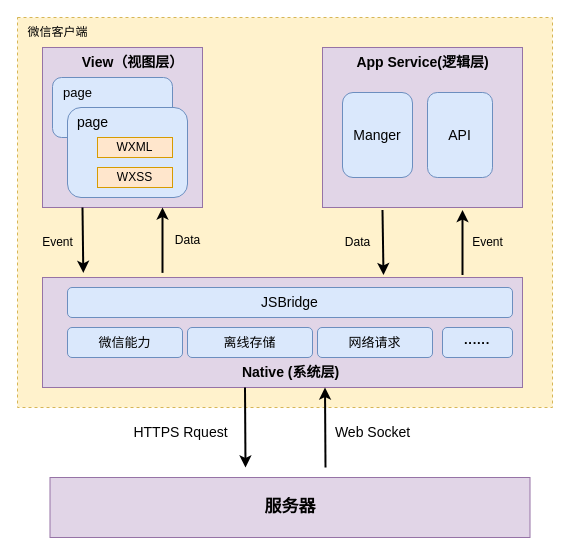
Before: MINA框架.drawio in ov0-0vo/1, a draw.io diagram. Source tidied: cells renumbered, new cells numbered last; positions are measured from the earlier drawing's top-left corner, leaving out a move shared by most shapes. Both pictures are drawn from the tidied source at 100%, with x=0, y=0 at pixel (17, 17).
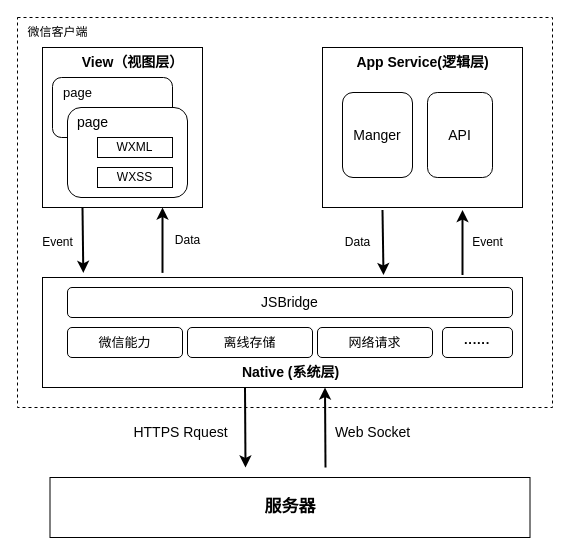
After the change.

What changed in the source:
```diff
@@
-    <mxCell id="2" style="rounded=0;whiteSpace=wrap;html=1;fillColor=#fff2cc;strokeColor=#d6b656;dashed=1;" parent="1" vertex="1">
+    <mxCell id="2" style="rounded=0;whiteSpace=wrap;html=1;dashed=1;" parent="1" vertex="1">
       <mxGeometry width="535" height="390" as="geometry" />
     </mxCell>
-    <mxCell id="3" style="whiteSpace=wrap;html=1;align=left;fillColor=#e1d5e7;strokeColor=#9673a6;" parent="1" vertex="1">
+    <mxCell id="3" style="whiteSpace=wrap;html=1;align=left;" parent="1" vertex="1">
       <mxGeometry x="25" y="30" width="160" height="160" as="geometry" />
     </mxCell>
-    <mxCell id="4" value="&lt;b&gt;&lt;font style=&quot;font-size: 14px;&quot;&gt;View（视图层）&lt;/font&gt;&lt;/b&gt;" style="text;html=1;align=center;verticalAlign=middle;strokeColor=none;fillColor=none;" parent="1" vertex="1">
+    <mxCell id="4" value="&lt;b&gt;&lt;font style=&quot;font-size: 14px;&quot;&gt;View（视图层）&lt;/font&gt;&lt;/b&gt;" style="text;html=1;align=center;verticalAlign=middle;" parent="1" vertex="1">
       <mxGeometry x="50" y="30" width="130" height="30" as="geometry" />
     </mxCell>
-    <mxCell id="5" style="rounded=1;whiteSpace=wrap;html=1;fillColor=#dae8fc;strokeColor=#6c8ebf;" parent="1" vertex="1">
+    <mxCell id="5" style="rounded=1;whiteSpace=wrap;html=1;" parent="1" vertex="1">
       <mxGeometry x="35" y="60" width="120" height="60" as="geometry" />
     </mxCell>
-    <mxCell id="6" style="rounded=1;whiteSpace=wrap;html=1;fillColor=#dae8fc;strokeColor=#6c8ebf;" parent="1" vertex="1">
+    <mxCell id="6" style="rounded=1;whiteSpace=wrap;html=1;" parent="1" vertex="1">
       <mxGeometry x="50" y="90" width="120" height="90" as="geometry" />
     </mxCell>
-    <mxCell id="7" value="&lt;font style=&quot;font-size: 13px;&quot;&gt;page&lt;/font&gt;" style="text;html=1;align=center;verticalAlign=middle;strokeColor=none;fillColor=none;" parent="1" vertex="1">
+    <mxCell id="7" value="&lt;font style=&quot;font-size: 13px;&quot;&gt;page&lt;/font&gt;" style="text;html=1;align=center;verticalAlign=middle;" parent="1" vertex="1">
       <mxGeometry x="35" y="60" width="50" height="30" as="geometry" />
     </mxCell>
-    <mxCell id="8" value="&lt;font style=&quot;font-size: 14px;&quot;&gt;page&lt;/font&gt;" style="text;html=1;align=center;verticalAlign=middle;strokeColor=none;fillColor=none;" parent="1" vertex="1">
+    <mxCell id="8" value="&lt;font style=&quot;font-size: 14px;&quot;&gt;page&lt;/font&gt;" style="text;html=1;align=center;verticalAlign=middle;" parent="1" vertex="1">
       <mxGeometry x="50" y="90" width="50" height="30" as="geometry" />
     </mxCell>
-    <mxCell id="9" value="WXML" style="whiteSpace=wrap;html=1;fillColor=#ffe6cc;strokeColor=#d79b00;" parent="1" vertex="1">
+    <mxCell id="9" value="WXML" style="whiteSpace=wrap;html=1;" parent="1" vertex="1">
       <mxGeometry x="80" y="120" width="75" height="20" as="geometry" />
     </mxCell>
-    <mxCell id="10" value="WXSS" style="whiteSpace=wrap;html=1;fillColor=#ffe6cc;strokeColor=#d79b00;" parent="1" vertex="1">
+    <mxCell id="10" value="WXSS" style="whiteSpace=wrap;html=1;" parent="1" vertex="1">
       <mxGeometry x="80" y="150" width="75" height="20" as="geometry" />
     </mxCell>
-    <mxCell id="11" style="whiteSpace=wrap;html=1;align=left;fillColor=#e1d5e7;strokeColor=#9673a6;" parent="1" vertex="1">
+    <mxCell id="11" style="whiteSpace=wrap;html=1;align=left;" parent="1" vertex="1">
       <mxGeometry x="305" y="30" width="200" height="160" as="geometry" />
     </mxCell>
-    <mxCell id="12" value="&lt;span style=&quot;font-size: 14px;&quot;&gt;&lt;b&gt;App Service(逻辑层)&lt;/b&gt;&lt;/span&gt;" style="text;html=1;align=center;verticalAlign=middle;strokeColor=none;fillColor=none;" parent="1" vertex="1">
+    <mxCell id="12" value="&lt;span style=&quot;font-size: 14px;&quot;&gt;&lt;b&gt;App Service(逻辑层)&lt;/b&gt;&lt;/span&gt;" style="text;html=1;align=center;verticalAlign=middle;" parent="1" vertex="1">
       <mxGeometry x="325" y="30" width="160" height="30" as="geometry" />
     </mxCell>
-    <mxCell id="13" value="&lt;font style=&quot;font-size: 14px;&quot;&gt;Manger&lt;/font&gt;" style="rounded=1;whiteSpace=wrap;html=1;fillColor=#dae8fc;strokeColor=#6c8ebf;" parent="1" vertex="1">
+    <mxCell id="13" value="&lt;font style=&quot;font-size: 14px;&quot;&gt;Manger&lt;/font&gt;" style="rounded=1;whiteSpace=wrap;html=1;" parent="1" vertex="1">
       <mxGeometry x="325" y="75" width="70" height="85" as="geometry" />
     </mxCell>
-    <mxCell id="14" value="&lt;font style=&quot;font-size: 14px;&quot;&gt;API&lt;/font&gt;" style="rounded=1;whiteSpace=wrap;html=1;fillColor=#dae8fc;strokeColor=#6c8ebf;" parent="1" vertex="1">
+    <mxCell id="14" value="&lt;font style=&quot;font-size: 14px;&quot;&gt;API&lt;/font&gt;" style="rounded=1;whiteSpace=wrap;html=1;" parent="1" vertex="1">
       <mxGeometry x="410" y="75" width="65" height="85" as="geometry" />
     </mxCell>
-    <mxCell id="15" style="whiteSpace=wrap;html=1;align=left;fillColor=#e1d5e7;strokeColor=#9673a6;" parent="1" vertex="1">
+    <mxCell id="15" style="whiteSpace=wrap;html=1;align=left;" parent="1" vertex="1">
       <mxGeometry x="25" y="260" width="480" height="110" as="geometry" />
     </mxCell>
@@
-    <mxCell id="17" value="Event" style="text;html=1;align=center;verticalAlign=middle;strokeColor=none;fillColor=none;" parent="1" vertex="1">
+    <mxCell id="17" value="Event" style="text;html=1;align=center;verticalAlign=middle;" parent="1" vertex="1">
       <mxGeometry x="15" y="210" width="50" height="30" as="geometry" />
     </mxCell>
@@
-    <mxCell id="19" value="Data" style="text;html=1;align=center;verticalAlign=middle;strokeColor=none;fillColor=none;" parent="1" vertex="1">
+    <mxCell id="19" value="Data" style="text;html=1;align=center;verticalAlign=middle;" parent="1" vertex="1">
       <mxGeometry x="145" y="208" width="50" height="30" as="geometry" />
     </mxCell>
@@
-    <mxCell id="21" value="Event" style="text;html=1;align=center;verticalAlign=middle;strokeColor=none;fillColor=none;" parent="1" vertex="1">
+    <mxCell id="21" value="Event" style="text;html=1;align=center;verticalAlign=middle;" parent="1" vertex="1">
       <mxGeometry x="445" y="210" width="50" height="30" as="geometry" />
     </mxCell>
@@
-    <mxCell id="23" value="Data" style="text;html=1;align=center;verticalAlign=middle;strokeColor=none;fillColor=none;" parent="1" vertex="1">
+    <mxCell id="23" value="Data" style="text;html=1;align=center;verticalAlign=middle;" parent="1" vertex="1">
       <mxGeometry x="315" y="210" width="50" height="30" as="geometry" />
     </mxCell>
-    <mxCell id="24" value="&lt;font style=&quot;font-size: 14px;&quot;&gt;JSBridge&lt;/font&gt;" style="rounded=1;whiteSpace=wrap;html=1;fillColor=#dae8fc;strokeColor=#6c8ebf;" parent="1" vertex="1">
+    <mxCell id="24" value="&lt;font style=&quot;font-size: 14px;&quot;&gt;JSBridge&lt;/font&gt;" style="rounded=1;whiteSpace=wrap;html=1;" parent="1" vertex="1">
       <mxGeometry x="50" y="270" width="445" height="30" as="geometry" />
     </mxCell>
-    <mxCell id="25" value="&lt;font style=&quot;font-size: 13px;&quot;&gt;微信能力&lt;/font&gt;" style="rounded=1;whiteSpace=wrap;html=1;fillColor=#dae8fc;strokeColor=#6c8ebf;" parent="1" vertex="1">
+    <mxCell id="25" value="&lt;font style=&quot;font-size: 13px;&quot;&gt;微信能力&lt;/font&gt;" style="rounded=1;whiteSpace=wrap;html=1;" parent="1" vertex="1">
       <mxGeometry x="50" y="310" width="115" height="30" as="geometry" />
     </mxCell>
-    <mxCell id="26" value="&lt;font style=&quot;font-size: 13px;&quot;&gt;离线存储&lt;/font&gt;" style="rounded=1;whiteSpace=wrap;html=1;fillColor=#dae8fc;strokeColor=#6c8ebf;" parent="1" vertex="1">
+    <mxCell id="26" value="&lt;font style=&quot;font-size: 13px;&quot;&gt;离线存储&lt;/font&gt;" style="rounded=1;whiteSpace=wrap;html=1;" parent="1" vertex="1">
       <mxGeometry x="170" y="310" width="125" height="30" as="geometry" />
     </mxCell>
-    <mxCell id="27" value="&lt;font style=&quot;font-size: 13px;&quot;&gt;网络请求&lt;/font&gt;" style="rounded=1;whiteSpace=wrap;html=1;fillColor=#dae8fc;strokeColor=#6c8ebf;" parent="1" vertex="1">
+    <mxCell id="27" value="&lt;font style=&quot;font-size: 13px;&quot;&gt;网络请求&lt;/font&gt;" style="rounded=1;whiteSpace=wrap;html=1;" parent="1" vertex="1">
       <mxGeometry x="300" y="310" width="115" height="30" as="geometry" />
     </mxCell>
-    <mxCell id="28" value="&lt;b&gt;&lt;font style=&quot;font-size: 13px;&quot;&gt;······&lt;/font&gt;&lt;/b&gt;" style="rounded=1;whiteSpace=wrap;html=1;fillColor=#dae8fc;strokeColor=#6c8ebf;" parent="1" vertex="1">
+    <mxCell id="28" value="&lt;b&gt;&lt;font style=&quot;font-size: 13px;&quot;&gt;······&lt;/font&gt;&lt;/b&gt;" style="rounded=1;whiteSpace=wrap;html=1;" parent="1" vertex="1">
       <mxGeometry x="425" y="310" width="70" height="30" as="geometry" />
     </mxCell>
-    <mxCell id="29" value="&lt;b&gt;&lt;font style=&quot;font-size: 14px;&quot;&gt;Native (系统层)&lt;/font&gt;&lt;/b&gt;" style="text;html=1;align=center;verticalAlign=middle;strokeColor=none;fillColor=none;" parent="1" vertex="1">
+    <mxCell id="29" value="&lt;b&gt;&lt;font style=&quot;font-size: 14px;&quot;&gt;Native (系统层)&lt;/font&gt;&lt;/b&gt;" style="text;html=1;align=center;verticalAlign=middle;" parent="1" vertex="1">
       <mxGeometry x="212.5" y="340" width="120" height="30" as="geometry" />
     </mxCell>
-    <mxCell id="30" value="微信客户端" style="text;html=1;align=center;verticalAlign=middle;strokeColor=none;fillColor=none;" parent="1" vertex="1">
+    <mxCell id="30" value="微信客户端" style="text;html=1;align=center;verticalAlign=middle;" parent="1" vertex="1">
       <mxGeometry width="80" height="30" as="geometry" />
     </mxCell>
-    <mxCell id="31" value="&lt;b&gt;&lt;font style=&quot;font-size: 17px;&quot;&gt;服务器&lt;/font&gt;&lt;/b&gt;" style="whiteSpace=wrap;html=1;align=center;fillColor=#e1d5e7;strokeColor=#9673a6;" parent="1" vertex="1">
+    <mxCell id="31" value="&lt;b&gt;&lt;font style=&quot;font-size: 17px;&quot;&gt;服务器&lt;/font&gt;&lt;/b&gt;" style="whiteSpace=wrap;html=1;align=center;" parent="1" vertex="1">
       <mxGeometry x="32.5" y="460" width="480" height="60" as="geometry" />
     </mxCell>
@@
-    <mxCell id="33" value="&lt;font style=&quot;font-size: 14px;&quot;&gt;HTTPS Rquest&lt;/font&gt;" style="text;html=1;align=center;verticalAlign=middle;strokeColor=none;fillColor=none;" parent="1" vertex="1">
+    <mxCell id="33" value="&lt;font style=&quot;font-size: 14px;&quot;&gt;HTTPS Rquest&lt;/font&gt;" style="text;html=1;align=center;verticalAlign=middle;" parent="1" vertex="1">
       <mxGeometry x="102.5" y="400" width="120" height="30" as="geometry" />
     </mxCell>
@@
-    <mxCell id="35" value="&lt;font style=&quot;font-size: 14px;&quot;&gt;Web Socket&lt;/font&gt;" style="text;html=1;align=center;verticalAlign=middle;strokeColor=none;fillColor=none;" parent="1" vertex="1">
+    <mxCell id="35" value="&lt;font style=&quot;font-size: 14px;&quot;&gt;Web Socket&lt;/font&gt;" style="text;html=1;align=center;verticalAlign=middle;" parent="1" vertex="1">
       <mxGeometry x="305" y="400" width="100" height="30" as="geometry" />
     </mxCell>
```
